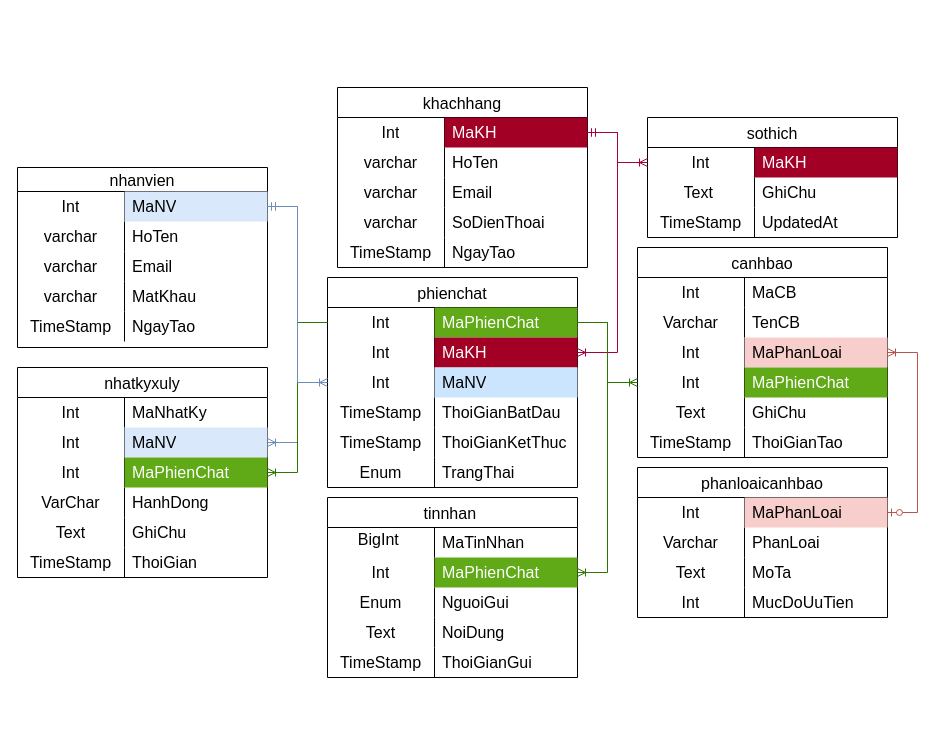
Earlier version of the draw.io diagram ERD.drawio (Ken290906/AI_Chat). Source tidied: cells renumbered, new cells numbered last; positions are measured from the earlier drawing's top-left corner, leaving out a move shared by most shapes. Both pictures are drawn from the tidied source at 100%, with x=0, y=0 at pixel (17, 87).
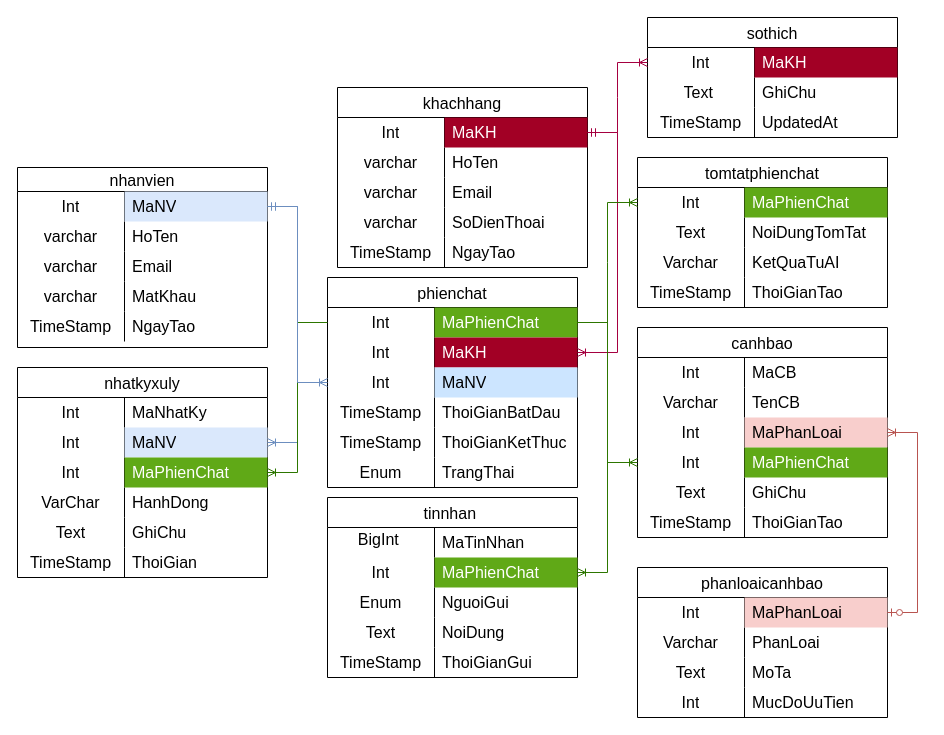
After the change.

Unchanged cells that the change refers to:
```xml
<mxCell id="3" style="shape=tableRow;horizontal=0;startSize=0;swimlaneHead=0;swimlaneBody=0;top=0;left=0;bottom=0;right=0;fillColor=none;points=[[0,0.5],[1,0.5]];portConstraint=eastwest;strokeColor=inherit;fontSize=16;" parent="2" vertex="1">
  <mxGeometry y="30" width="250" height="30" as="geometry" />
</mxCell>
```

Diff of the diagram source:
```diff
@@
     <mxCell id="38" value="phanloaicanhbao" style="shape=table;startSize=30;childLayout=tableLayout;rowLines=0;fontStyle=0;strokeColor=default;fontSize=16;" parent="1" vertex="1">
-      <mxGeometry x="620" y="380" width="250" height="150" as="geometry" />
+      <mxGeometry x="620" y="480" width="250" height="150" as="geometry" />
     </mxCell>
@@
     <mxCell id="70" value="canhbao" style="shape=table;startSize=30;childLayout=tableLayout;rowLines=0;fontStyle=0;strokeColor=default;fontSize=16;" parent="1" vertex="1">
-      <mxGeometry x="620" y="160" width="250" height="210" as="geometry" />
+      <mxGeometry x="620" y="240" width="250" height="210" as="geometry" />
     </mxCell>
@@
     <mxCell id="127" value="sothich" style="shape=table;startSize=30;childLayout=tableLayout;rowLines=0;fontStyle=0;strokeColor=default;fontSize=16;" parent="1" vertex="1">
-      <mxGeometry x="630" y="30" width="250" height="120" as="geometry" />
+      <mxGeometry x="630" y="-70" width="250" height="120" as="geometry" />
     </mxCell>
@@
+    <mxCell id="138" value="tomtatphienchat" style="shape=table;startSize=30;childLayout=tableLayout;rowLines=0;fontStyle=0;strokeColor=default;fontSize=16;" parent="1" vertex="1">
+      <mxGeometry x="620" y="70" width="250" height="150" as="geometry" />
+    </mxCell>
+    <mxCell id="139" style="shape=tableRow;horizontal=0;startSize=0;swimlaneHead=0;swimlaneBody=0;top=0;left=0;bottom=0;right=0;fillColor=none;points=[[0,0.5],[1,0.5]];portConstraint=eastwest;strokeColor=inherit;fontSize=16;" parent="138" vertex="1">
+      <mxGeometry y="30" width="250" height="30" as="geometry" />
+    </mxCell>
+    <mxCell id="140" value="&lt;div&gt;Int&lt;/div&gt;" style="shape=partialRectangle;html=1;whiteSpace=wrap;fillColor=none;top=0;left=0;bottom=0;right=0;overflow=hidden;strokeColor=inherit;fontSize=16;" parent="139" vertex="1">
+      <mxGeometry width="107" height="30" as="geometry" />
+    </mxCell>
+    <mxCell id="141" value="MaPhienChat" style="shape=partialRectangle;html=1;whiteSpace=wrap;fillColor=#60a917;top=0;left=0;bottom=0;right=0;align=left;spacingLeft=6;overflow=hidden;strokeColor=#2D7600;fontSize=16;fontColor=#ffffff;" parent="139" vertex="1">
+      <mxGeometry x="107" width="143" height="30" as="geometry" />
+    </mxCell>
+    <mxCell id="142" style="shape=tableRow;horizontal=0;startSize=0;swimlaneHead=0;swimlaneBody=0;top=0;left=0;bottom=0;right=0;fillColor=none;strokeColor=inherit;fontSize=16;" parent="138" vertex="1">
+      <mxGeometry y="60" width="250" height="30" as="geometry" />
+    </mxCell>
+    <mxCell id="143" value="Text" style="shape=partialRectangle;html=1;whiteSpace=wrap;fillColor=none;top=0;left=0;bottom=0;right=0;overflow=hidden;strokeColor=inherit;fontSize=16;" parent="142" vertex="1">
+      <mxGeometry width="107" height="30" as="geometry" />
+    </mxCell>
+    <mxCell id="144" value="NoiDungTomTat" style="shape=partialRectangle;html=1;whiteSpace=wrap;fillColor=none;top=0;left=0;bottom=0;right=0;align=left;spacingLeft=6;overflow=hidden;strokeColor=inherit;fontSize=16;" parent="142" vertex="1">
+      <mxGeometry x="107" width="143" height="30" as="geometry" />
+    </mxCell>
+    <mxCell id="145" style="shape=tableRow;horizontal=0;startSize=0;swimlaneHead=0;swimlaneBody=0;top=0;left=0;bottom=0;right=0;fillColor=none;strokeColor=inherit;fontSize=16;" parent="138" vertex="1">
+      <mxGeometry y="90" width="250" height="30" as="geometry" />
+    </mxCell>
+    <mxCell id="146" value="Varchar" style="shape=partialRectangle;html=1;whiteSpace=wrap;fillColor=none;top=0;left=0;bottom=0;right=0;overflow=hidden;strokeColor=inherit;fontSize=16;" parent="145" vertex="1">
+      <mxGeometry width="107" height="30" as="geometry" />
+    </mxCell>
+    <mxCell id="147" value="KetQuaTuAI" style="shape=partialRectangle;html=1;whiteSpace=wrap;fillColor=none;top=0;left=0;bottom=0;right=0;align=left;spacingLeft=6;overflow=hidden;strokeColor=inherit;fontSize=16;" parent="145" vertex="1">
+      <mxGeometry x="107" width="143" height="30" as="geometry" />
+    </mxCell>
+    <mxCell id="148" style="shape=tableRow;horizontal=0;startSize=0;swimlaneHead=0;swimlaneBody=0;top=0;left=0;bottom=0;right=0;fillColor=none;strokeColor=inherit;fontSize=16;" parent="138" vertex="1">
+      <mxGeometry y="120" width="250" height="30" as="geometry" />
+    </mxCell>
+    <mxCell id="149" value="TimeStamp" style="shape=partialRectangle;html=1;whiteSpace=wrap;fillColor=none;top=0;left=0;bottom=0;right=0;overflow=hidden;strokeColor=inherit;fontSize=16;" parent="148" vertex="1">
+      <mxGeometry width="107" height="30" as="geometry" />
+    </mxCell>
+    <mxCell id="150" value="ThoiGianTao" style="shape=partialRectangle;html=1;whiteSpace=wrap;fillColor=none;top=0;left=0;bottom=0;right=0;align=left;spacingLeft=6;overflow=hidden;strokeColor=inherit;fontSize=16;" parent="148" vertex="1">
+      <mxGeometry x="107" width="143" height="30" as="geometry" />
+    </mxCell>
+    <mxCell id="151" style="edgeStyle=entityRelationEdgeStyle;fontSize=12;html=1;endArrow=ERoneToMany;rounded=0;fillColor=#60a917;strokeColor=#2D7600;exitX=1;exitY=0.5;exitDx=0;exitDy=0;" parent="1" edge="1" source="3" target="139">
+      <mxGeometry relative="1" as="geometry" />
+    </mxCell>
```
